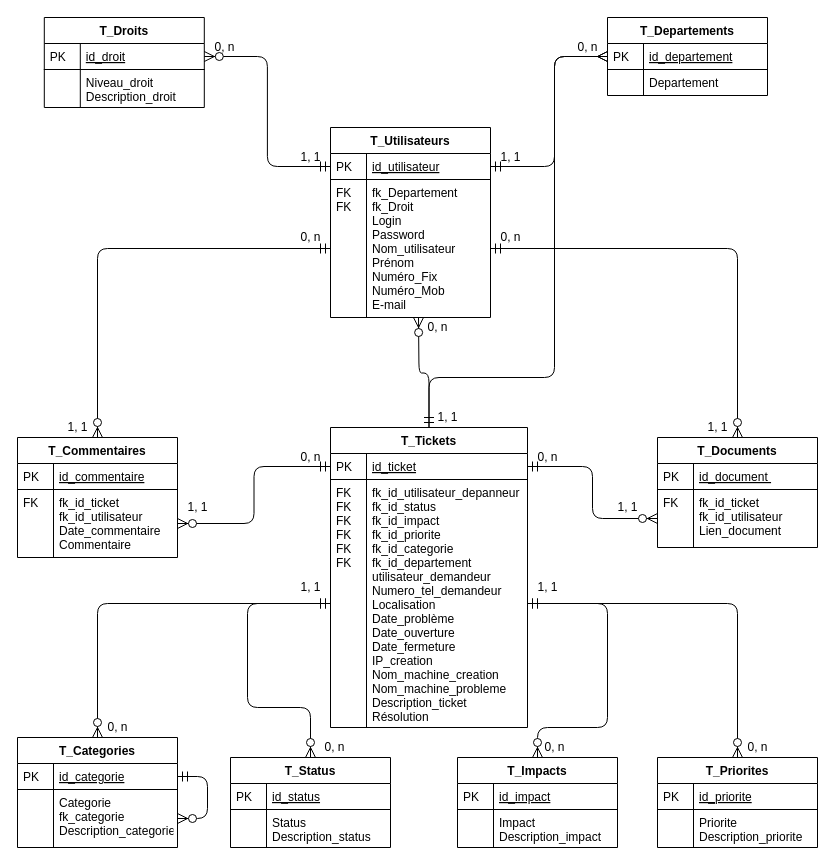
Above: Base de données/MLD_MPTicket.drawio in Hero-Chan/Projet_Ticketing (draw.io), before the change. Source tidied: cells renumbered, new cells numbered last; positions are measured from the earlier drawing's top-left corner, leaving out a move shared by most shapes. Both pictures are drawn from the tidied source at 100%, with x=0, y=0 at pixel (17, 17).
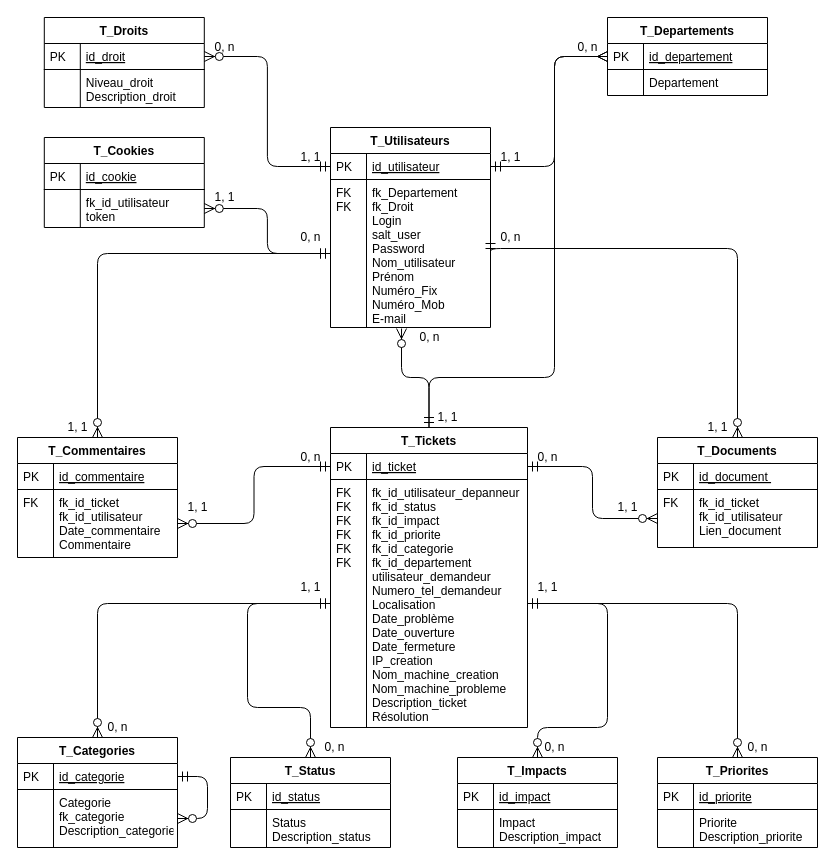
After the change.

Unchanged cells that the change refers to:
```xml
<mxCell id="14" value="T_Tickets" style="swimlane;fontStyle=1;horizontal=1;startSize=26;rounded=0;shadow=0;strokeWidth=1;" parent="1" vertex="1">
  <mxGeometry x="313" y="410" width="197" height="300" as="geometry" />
</mxCell>
<mxCell id="31" value="T_Commentaires" style="swimlane;fontStyle=1;horizontal=1;startSize=26;rounded=0;shadow=0;strokeWidth=1;" parent="1" vertex="1">
  <mxGeometry y="420" width="160" height="120" as="geometry" />
</mxCell>
```

What changed in the source:
```diff
@@
     <mxCell id="7" value="T_Utilisateurs" style="swimlane;fontStyle=1;horizontal=1;startSize=26;rounded=0;shadow=0;strokeWidth=1;" parent="1" vertex="1">
-      <mxGeometry x="313" y="110" width="160" height="190" as="geometry" />
+      <mxGeometry x="313" y="110" width="160" height="200" as="geometry" />
     </mxCell>
@@
-    <mxCell id="10" value="fk_Departement&#10;fk_Droit&#10;Login&#10;Password&#10;Nom_utilisateur&#10;Prénom&#10;Numéro_Fix&#10;Numéro_Mob&#10;E-mail" style="shape=partialRectangle;top=0;left=0;right=0;bottom=0;align=left;verticalAlign=top;fillColor=none;spacingLeft=40;spacingRight=4;overflow=hidden;points=[[0,0.5],[1,0.5]];portConstraint=eastwest;rounded=0;shadow=0;strokeWidth=1;" parent="7" vertex="1">
-      <mxGeometry y="52" width="160" height="138" as="geometry" />
+    <mxCell id="10" value="fk_Departement&#10;fk_Droit&#10;Login&#10;salt_user&#10;Password&#10;Nom_utilisateur&#10;Prénom&#10;Numéro_Fix&#10;Numéro_Mob&#10;E-mail" style="shape=partialRectangle;top=0;left=0;right=0;bottom=0;align=left;verticalAlign=top;fillColor=none;spacingLeft=40;spacingRight=4;overflow=hidden;points=[[0,0.5],[1,0.5]];portConstraint=eastwest;rounded=0;shadow=0;strokeWidth=1;" parent="7" vertex="1">
+      <mxGeometry y="52" width="160" height="148" as="geometry" />
     </mxCell>
     <mxCell id="11" value="FK&#10;FK" style="shape=partialRectangle;top=0;left=0;bottom=0;fillColor=none;align=left;verticalAlign=top;spacingLeft=4;spacingRight=4;overflow=hidden;" parent="10" vertex="1">
-      <mxGeometry width="36" height="138" as="geometry" />
+      <mxGeometry width="36" height="148" as="geometry" />
     </mxCell>
-    <mxCell id="12" style="edgeStyle=orthogonalEdgeStyle;endArrow=ERzeroToMany;startArrow=ERmandOne;shadow=0;strokeWidth=1;endSize=8;startSize=8;exitX=0.5;exitY=0;exitDx=0;exitDy=0;" parent="7" edge="1" source="14">
-      <mxGeometry relative="1" as="geometry">
-        <mxPoint x="88" y="190" as="targetPoint" />
-      </mxGeometry>
-    </mxCell>
@@
     <mxCell id="51" value="0, n" style="text;html=1;align=center;verticalAlign=middle;" parent="1" vertex="1">
-      <mxGeometry x="400" y="300" width="40" height="20" as="geometry" />
+      <mxGeometry x="391.5" y="310" width="40" height="20" as="geometry" />
     </mxCell>
@@
     <mxCell id="53" style="edgeStyle=orthogonalEdgeStyle;endArrow=ERzeroToMany;startArrow=ERmandOne;shadow=0;strokeWidth=1;endSize=8;startSize=8;fontStyle=1;exitX=0;exitY=0.5;exitDx=0;exitDy=0;entryX=0.5;entryY=0;entryDx=0;entryDy=0;" parent="1" edge="1" source="10" target="31">
       <mxGeometry relative="1" as="geometry">
         <Array as="points">
-          <mxPoint x="80" y="231" />
+          <mxPoint x="80" y="236" />
         </Array>
       </mxGeometry>
     </mxCell>
@@
+    <mxCell id="85" value="T_Cookies" style="swimlane;fontStyle=1;horizontal=1;startSize=26;rounded=0;shadow=0;strokeWidth=1;" parent="1" vertex="1">
+      <mxGeometry x="26.8" y="120" width="160" height="90" as="geometry" />
+    </mxCell>
+    <mxCell id="86" value="id_cookie" style="shape=partialRectangle;top=0;left=0;right=0;bottom=1;align=left;verticalAlign=top;fillColor=none;spacingLeft=40;spacingRight=4;overflow=hidden;rounded=0;shadow=0;strokeWidth=1;fontStyle=4;" parent="85" vertex="1">
+      <mxGeometry y="26" width="160" height="26" as="geometry" />
+    </mxCell>
+    <mxCell id="87" value="PK" style="shape=partialRectangle;top=0;left=0;bottom=0;fillColor=none;align=left;verticalAlign=top;spacingLeft=4;spacingRight=4;overflow=hidden;" parent="86" vertex="1">
+      <mxGeometry width="36" height="26" as="geometry" />
+    </mxCell>
+    <mxCell id="88" value="fk_id_utilisateur&#10;token" style="shape=partialRectangle;top=0;left=0;right=0;bottom=0;align=left;verticalAlign=top;fillColor=none;spacingLeft=40;spacingRight=4;overflow=hidden;points=[[0,0.5],[1,0.5]];portConstraint=eastwest;rounded=0;shadow=0;strokeWidth=1;" parent="85" vertex="1">
+      <mxGeometry y="52" width="160" height="38" as="geometry" />
+    </mxCell>
+    <mxCell id="89" style="shape=partialRectangle;top=0;left=0;bottom=0;fillColor=none;align=left;verticalAlign=top;spacingLeft=4;spacingRight=4;overflow=hidden;" parent="88" vertex="1">
+      <mxGeometry width="36" height="38" as="geometry" />
+    </mxCell>
+    <mxCell id="90" style="edgeStyle=orthogonalEdgeStyle;endArrow=ERzeroToMany;startArrow=ERmandOne;shadow=0;strokeWidth=1;endSize=8;startSize=8;exitX=0;exitY=0.5;exitDx=0;exitDy=0;entryX=1;entryY=0.5;entryDx=0;entryDy=0;" parent="1" edge="1" source="10" target="88">
+      <mxGeometry relative="1" as="geometry" />
+    </mxCell>
+    <mxCell id="12" style="edgeStyle=orthogonalEdgeStyle;endArrow=ERzeroToMany;startArrow=ERmandOne;shadow=0;strokeWidth=1;endSize=8;startSize=8;exitX=0.5;exitY=0;exitDx=0;exitDy=0;entryX=0.444;entryY=1.007;entryDx=0;entryDy=0;entryPerimeter=0;" parent="1" edge="1" source="14" target="10">
+      <mxGeometry relative="1" as="geometry" />
+    </mxCell>
+    <mxCell id="91" value="1, 1" style="text;html=1;align=center;verticalAlign=middle;" parent="1" vertex="1">
+      <mxGeometry x="186.8" y="170" width="40" height="20" as="geometry" />
+    </mxCell>
```
